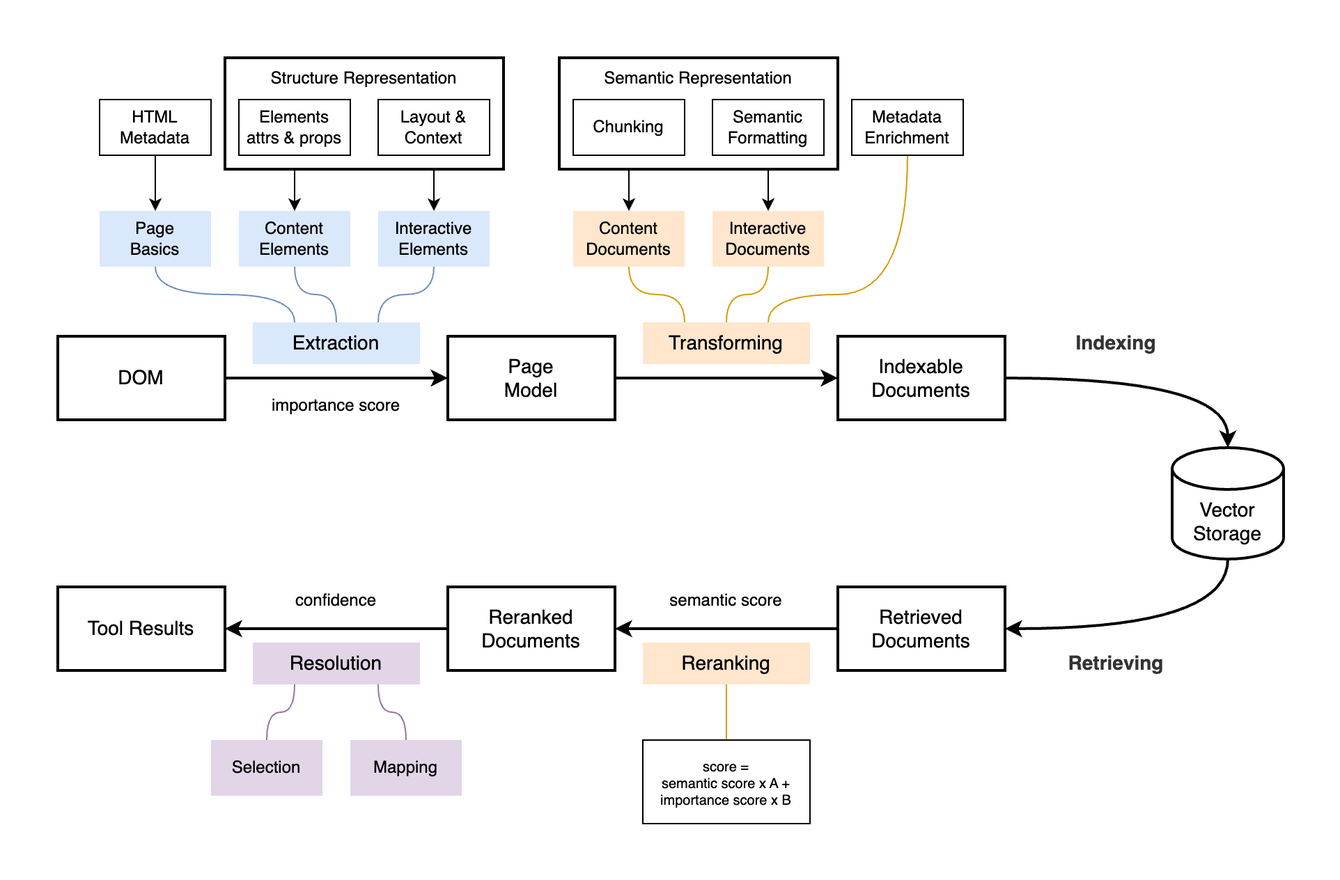
The draw.io diagram docs/assets/dom-rag-pipeline.png in cerberus-ab/flowforge, before a commit. Source tidied: cells renumbered, new cells last; positions are measured from the earlier drawing's top-left corner, leaving out a move shared by most shapes.
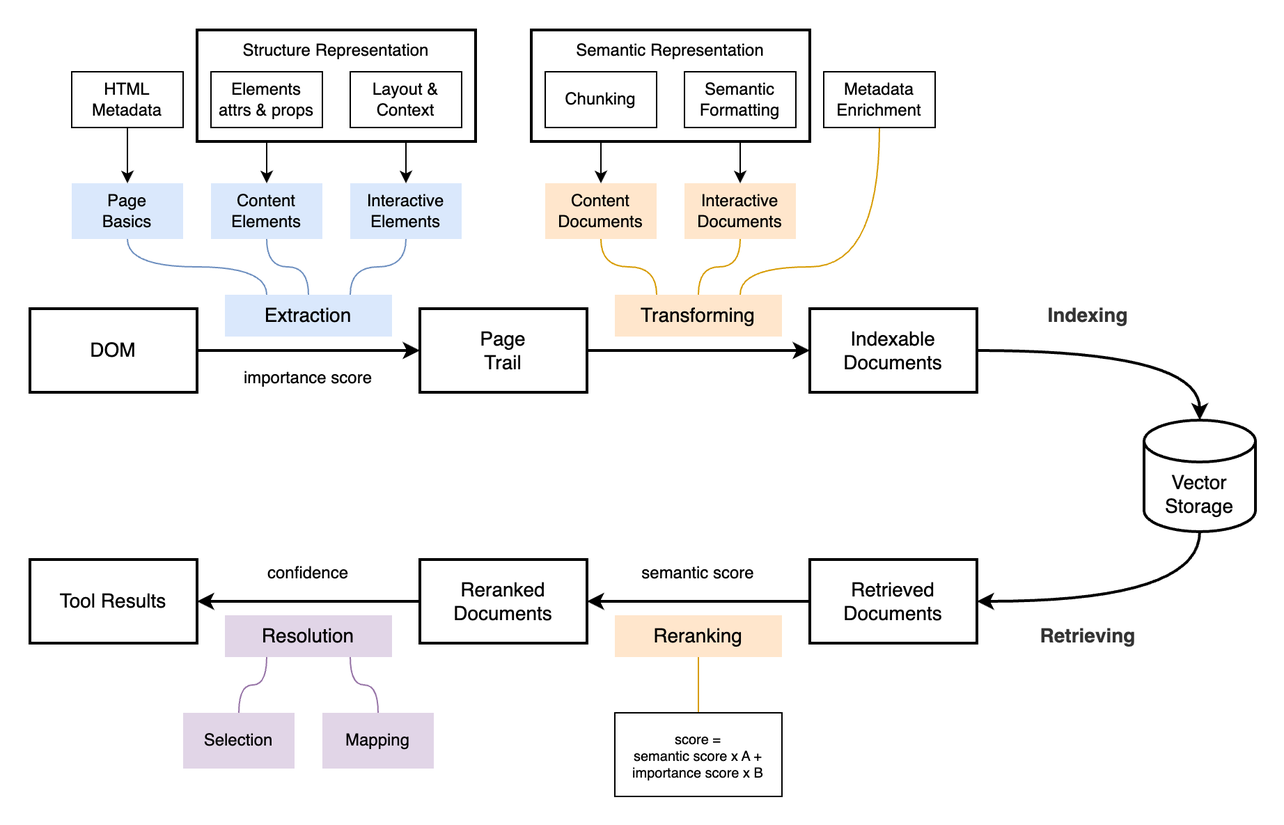
The same diagram one commit later.

The edit, as a diff of the source:
```diff
@@ -23,7 +23,7 @@
     <mxCell id="8" style="edgeStyle=orthogonalEdgeStyle;rounded=0;jettySize=auto;html=1;exitX=1;exitY=0.5;exitDx=0;exitDy=0;entryX=0;entryY=0.5;entryDx=0;entryDy=0;strokeWidth=2;" parent="1" edge="1" source="9" target="10">
       <mxGeometry relative="1" as="geometry" />
     </mxCell>
-    <mxCell id="9" value="Page&lt;br&gt;Model" style="rounded=0;whiteSpace=wrap;html=1;strokeWidth=2;fontSize=14;" parent="1" vertex="1">
+    <mxCell id="9" value="Page&lt;br&gt;Trail" style="rounded=0;whiteSpace=wrap;html=1;strokeWidth=2;fontSize=14;" parent="1" vertex="1">
       <mxGeometry x="280" y="200" width="120" height="60" as="geometry" />
     </mxCell>
     <mxCell id="10" value="Indexable&lt;div&gt;Documents&lt;/div&gt;" style="rounded=0;whiteSpace=wrap;html=1;strokeWidth=2;fontSize=14;" parent="1" vertex="1">
```
